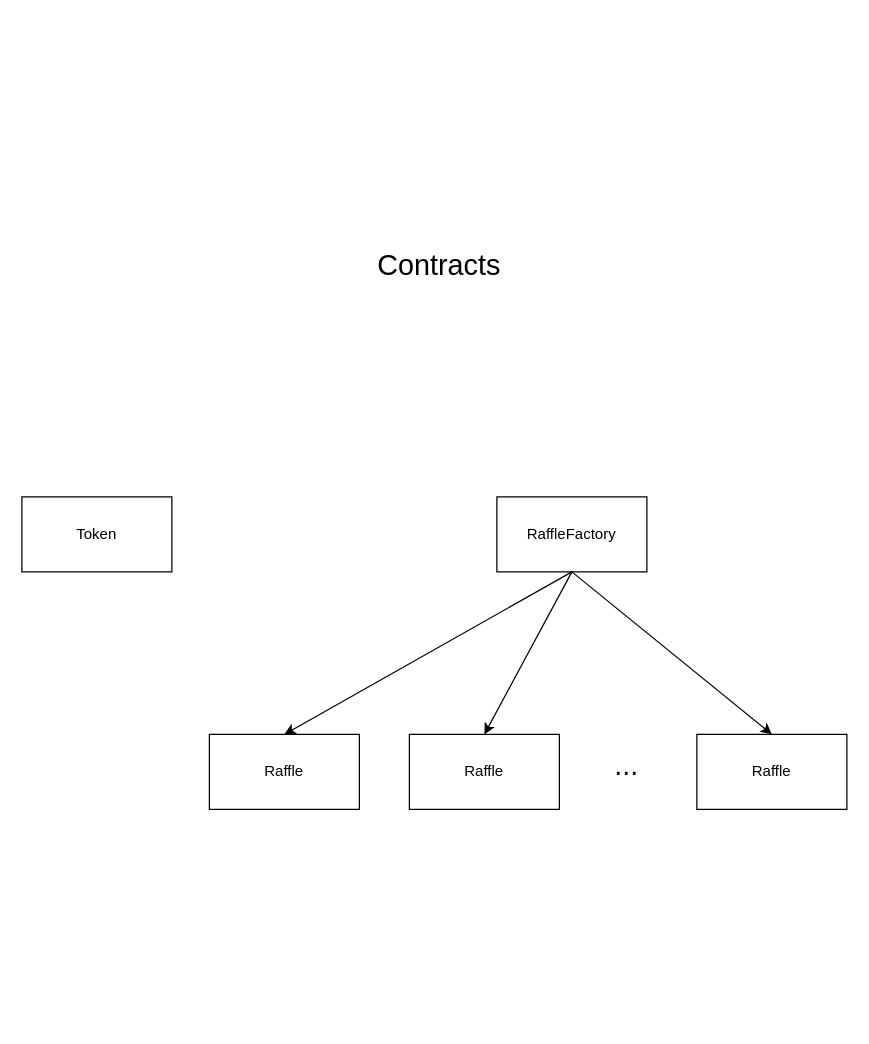
This is page "Contracts" (1 of 2) of JetonsProject.drawio from DevABDee/JetonsProject, a draw.io file, before an edit. Source tidied: cells renumbered, new cells numbered last; positions are measured from the earlier drawing's top-left corner, leaving out a move shared by most shapes. Both pictures are drawn from the tidied source at 125%, with x=0, y=0 at pixel (21, 246).
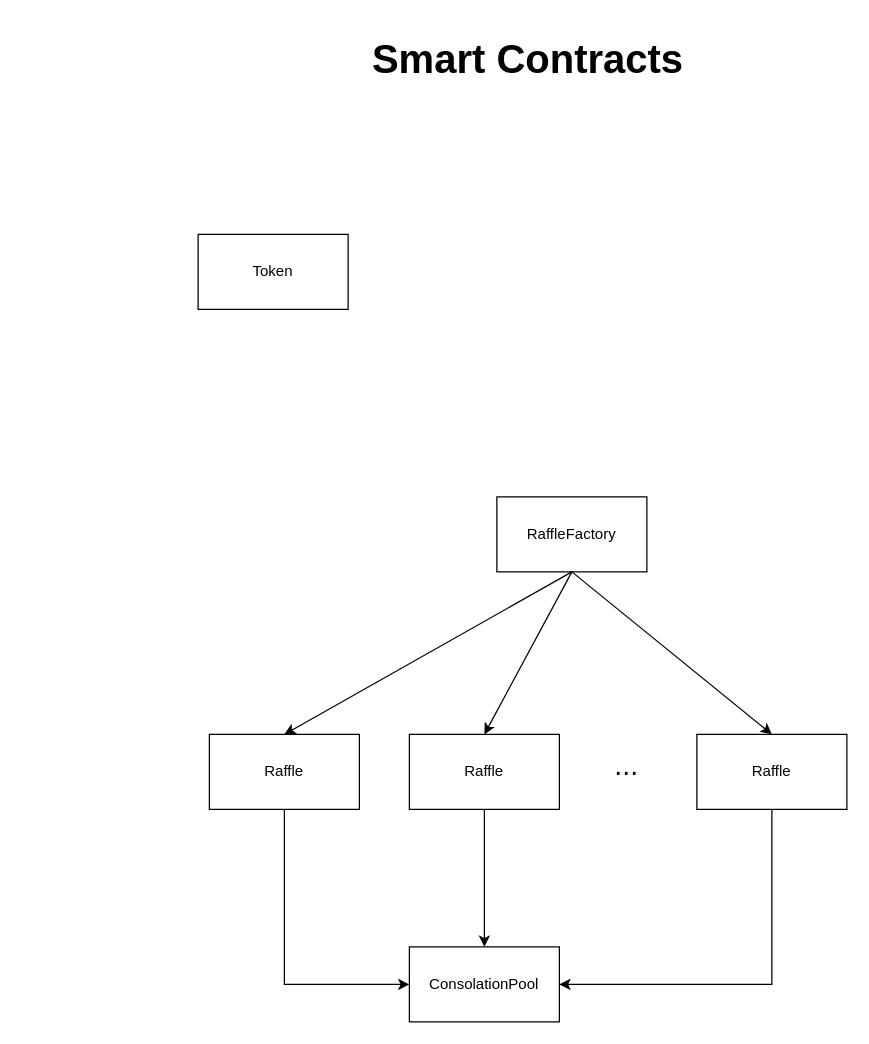
After the change.

Commit message:
Raffle factory (partial)

Change to the diagram source:
```diff
@@
 <mxGraphModel>
   <root>
     <mxCell id="0" />
     <mxCell id="1" parent="0" />
     <mxCell id="2" value="RaffleFactory" style="rounded=0;whiteSpace=wrap;html=1;" parent="1" vertex="1">
       <mxGeometry x="380" y="200" width="120" height="60" as="geometry" />
     </mxCell>
     <mxCell id="3" value="Token" style="rounded=0;whiteSpace=wrap;html=1;" parent="1" vertex="1">
-      <mxGeometry y="200" width="120" height="60" as="geometry" />
+      <mxGeometry x="141" y="-10" width="120" height="60" as="geometry" />
     </mxCell>
-    <mxCell id="4" value="Contracts" style="text;html=1;strokeColor=none;fillColor=none;align=center;verticalAlign=middle;whiteSpace=wrap;rounded=0;fontSize=23;" parent="1" vertex="1">
-      <mxGeometry x="259" width="150" height="30" as="geometry" />
+    <mxCell id="4" value="Smart Contracts" style="text;html=1;strokeColor=none;fillColor=none;align=center;verticalAlign=middle;whiteSpace=wrap;rounded=0;fontSize=32;fontStyle=1;" parent="1" vertex="1">
+      <mxGeometry x="255" y="-180" width="300" height="60" as="geometry" />
     </mxCell>
     <mxCell id="5" value="Raffle" style="rounded=0;whiteSpace=wrap;html=1;" parent="1" vertex="1">
       <mxGeometry x="150" y="390" width="120" height="60" as="geometry" />
     </mxCell>
+    <mxCell id="13" style="edgeStyle=orthogonalEdgeStyle;rounded=0;jettySize=auto;html=1;fontSize=23;" parent="1" edge="1" source="6" target="14">
+      <mxGeometry relative="1" as="geometry" />
+    </mxCell>
     <mxCell id="6" value="Raffle" style="rounded=0;whiteSpace=wrap;html=1;" parent="1" vertex="1">
       <mxGeometry x="310" y="390" width="120" height="60" as="geometry" />
     </mxCell>
     <mxCell id="7" value="Raffle" style="rounded=0;whiteSpace=wrap;html=1;" parent="1" vertex="1">
       <mxGeometry x="540" y="390" width="120" height="60" as="geometry" />
     </mxCell>
     <mxCell id="8" style="endArrow=classic;html=1;rounded=0;fontSize=23;entryX=0.5;entryY=0;entryDx=0;entryDy=0;exitX=0.5;exitY=1;exitDx=0;exitDy=0;" parent="1" edge="1" source="2" target="5">
       <mxGeometry relative="1" as="geometry" />
     </mxCell>
     <mxCell id="9" style="endArrow=classic;html=1;rounded=0;fontSize=23;entryX=0.5;entryY=0;entryDx=0;entryDy=0;exitX=0.5;exitY=1;exitDx=0;exitDy=0;" parent="1" edge="1" source="2" target="6">
       <mxGeometry relative="1" as="geometry" />
     </mxCell>
     <mxCell id="10" style="endArrow=classic;html=1;rounded=0;fontSize=23;entryX=0.5;entryY=0;entryDx=0;entryDy=0;exitX=0.5;exitY=1;exitDx=0;exitDy=0;" parent="1" edge="1" source="2" target="7">
       <mxGeometry relative="1" as="geometry" />
     </mxCell>
     <mxCell id="11" value="..." style="text;html=1;strokeColor=none;fillColor=none;align=center;verticalAlign=middle;whiteSpace=wrap;rounded=0;fontSize=23;" parent="1" vertex="1">
       <mxGeometry x="409" y="400" width="150" height="30" as="geometry" />
     </mxCell>
     <mxCell id="12" style="edgeStyle=orthogonalEdgeStyle;rounded=0;orthogonalLoop=1;jettySize=auto;html=1;exitX=0.5;exitY=1;exitDx=0;exitDy=0;fontSize=23;" parent="1" edge="1" source="11" target="11">
       <mxGeometry relative="1" as="geometry" />
     </mxCell>
+    <mxCell id="14" value="ConsolationPool" style="rounded=0;whiteSpace=wrap;html=1;" parent="1" vertex="1">
+      <mxGeometry x="310" y="560" width="120" height="60" as="geometry" />
+    </mxCell>
+    <mxCell id="15" style="edgeStyle=orthogonalEdgeStyle;rounded=0;jettySize=auto;html=1;fontSize=23;exitX=0.5;exitY=1;exitDx=0;exitDy=0;entryX=0;entryY=0.5;entryDx=0;entryDy=0;" parent="1" edge="1" source="5" target="14">
+      <mxGeometry relative="1" as="geometry" />
+    </mxCell>
+    <mxCell id="16" style="edgeStyle=orthogonalEdgeStyle;rounded=0;jettySize=auto;html=1;fontSize=23;exitX=0.5;exitY=1;exitDx=0;exitDy=0;entryX=1;entryY=0.5;entryDx=0;entryDy=0;" parent="1" edge="1" source="7" target="14">
+      <mxGeometry relative="1" as="geometry" />
+    </mxCell>
   </root>
 </mxGraphModel>
```
